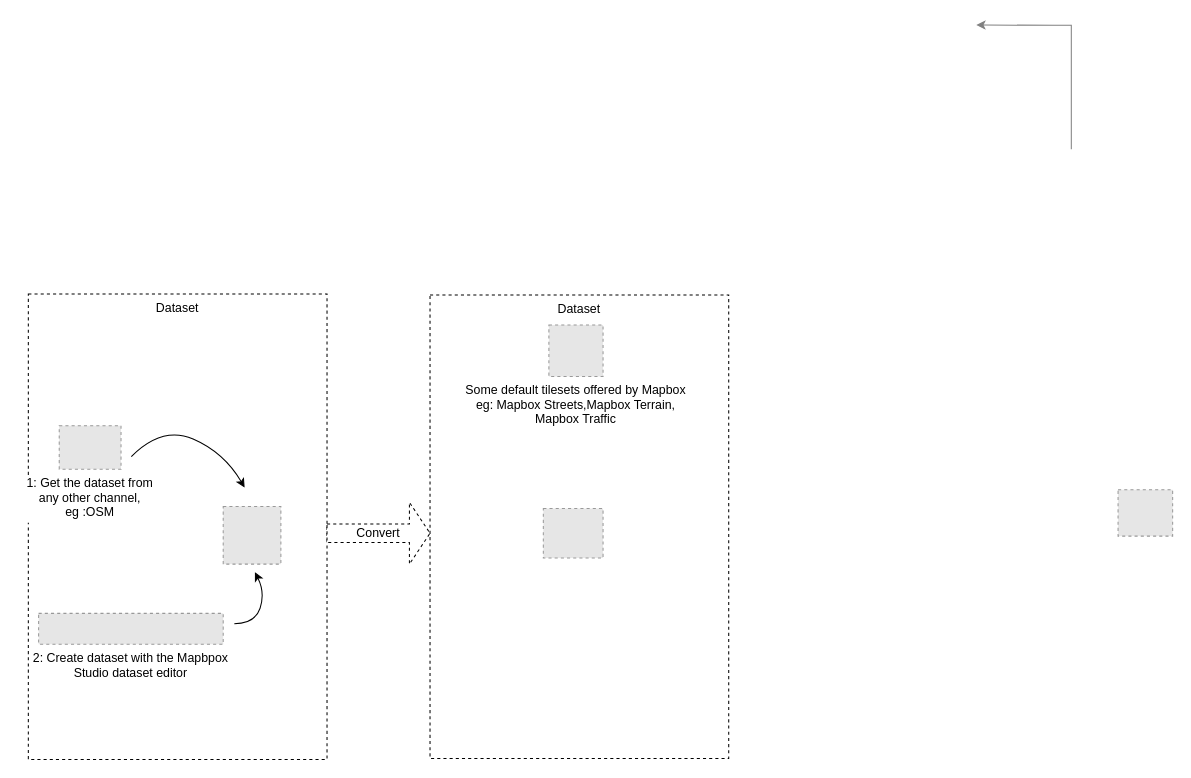
Above: Untitled Diagram.drawio in peytonwupeixin/Draw-IO-Store (draw.io), before the change. Source tidied: cells renumbered, new cells numbered last; positions are measured from the earlier drawing's top-left corner, leaving out a move shared by most shapes. Both pictures are drawn from the tidied source at 103%, with x=0, y=0 at pixel (28, 16). Pictures stored in the file or linked from it are replaced by grey dashed boxes.
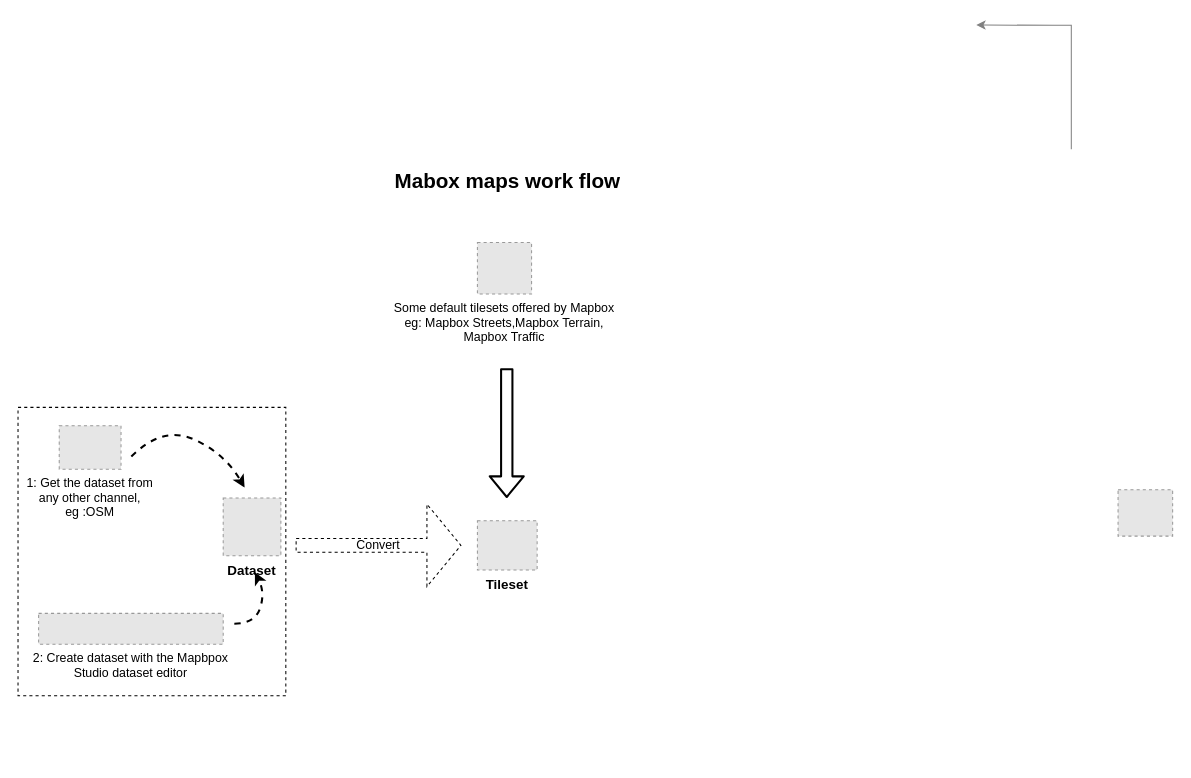
The same page after the edit.

Diff of the diagram source:
```diff
@@
-    <mxCell id="7" value="Dataset" style="rounded=0;whiteSpace=wrap;html=1;fillColor=none;verticalAlign=top;dashed=1;" parent="1" vertex="1">
-      <mxGeometry y="269" width="290" height="451.8" as="geometry" />
+    <mxCell id="7" style="rounded=0;whiteSpace=wrap;html=1;fillColor=none;verticalAlign=top;dashed=1;" parent="1" vertex="1">
+      <mxGeometry x="-10" y="379" width="260" height="280" as="geometry" />
     </mxCell>
@@
-    <mxCell id="10" style="fillColor=#E6E6E6;strokeColor=#999999;dashed=1;verticalLabelPosition=bottom;verticalAlign=top;" parent="1" vertex="1">
-      <mxGeometry x="189.2" y="475.2" width="56" height="56" as="geometry" />
+    <mxCell id="10" value="Dataset" style="fillColor=#E6E6E6;strokeColor=#999999;dashed=1;verticalLabelPosition=bottom;verticalAlign=top;fontSize=13;fontStyle=1;" parent="1" vertex="1">
+      <mxGeometry x="189.2" y="467" width="56" height="56" as="geometry" />
     </mxCell>
-    <mxCell id="11" style="fillColor=#E6E6E6;strokeColor=#999999;dashed=1;verticalLabelPosition=bottom;verticalAlign=top;" parent="1" vertex="1">
-      <mxGeometry x="500" y="477.2" width="58" height="48" as="geometry" />
+    <mxCell id="11" value="Tileset" style="fillColor=#E6E6E6;strokeColor=#999999;dashed=1;verticalLabelPosition=bottom;verticalAlign=top;fontStyle=1;fontSize=13;" parent="1" vertex="1">
+      <mxGeometry x="436" y="489" width="58" height="48" as="geometry" />
     </mxCell>
@@
-    <mxCell id="14" style="curved=1;endArrow=classic;html=1;" parent="1" edge="1">
+    <mxCell id="14" style="curved=1;endArrow=classic;html=1;strokeWidth=2;dashed=1;" parent="1" edge="1">
       <mxGeometry relative="1" as="geometry">
         <mxPoint x="100" y="426.8" as="sourcePoint" />
         <mxPoint x="210" y="456.8" as="targetPoint" />
         <Array as="points">
           <mxPoint x="130" y="396.8" />
           <mxPoint x="190" y="422.8" />
         </Array>
       </mxGeometry>
     </mxCell>
-    <mxCell id="15" value="Convert" style="shape=singleArrow;whiteSpace=wrap;html=1;dashed=1;" parent="1" vertex="1">
-      <mxGeometry x="290" y="471.2" width="100" height="60" as="geometry" />
+    <mxCell id="15" value="Convert&lt;br&gt;" style="shape=singleArrow;whiteSpace=wrap;html=1;dashed=1;arrowWidth=0.16666666666666666;arrowSize=0.20625;" parent="1" vertex="1">
+      <mxGeometry x="260" y="473" width="160" height="80" as="geometry" />
     </mxCell>
@@
-    <mxCell id="17" style="curved=1;endArrow=classic;html=1;" parent="1" edge="1">
+    <mxCell id="17" style="curved=1;endArrow=classic;html=1;strokeWidth=2;dashed=1;" parent="1" edge="1">
       <mxGeometry relative="1" as="geometry">
         <mxPoint x="200" y="589" as="sourcePoint" />
         <mxPoint x="220" y="539" as="targetPoint" />
         <Array as="points">
           <mxPoint x="220" y="589" />
           <mxPoint x="230" y="559" />
         </Array>
       </mxGeometry>
     </mxCell>
-    <mxCell id="18" value="Dataset" style="rounded=0;whiteSpace=wrap;html=1;fillColor=none;verticalAlign=top;dashed=1;" parent="1" vertex="1">
-      <mxGeometry x="390" y="269.9" width="290" height="450" as="geometry" />
-    </mxCell>
     <mxCell id="19" value="Some default tilesets offered by Mapbox&#10;eg: Mapbox Streets,Mapbox Terrain,&#10;Mapbox Traffic" style="fillColor=#E6E6E6;strokeColor=#999999;dashed=1;verticalLabelPosition=bottom;labelBackgroundColor=#ffffff;verticalAlign=top;" parent="1" vertex="1">
-      <mxGeometry x="505.4" y="299" width="52.6" height="50" as="geometry" />
+      <mxGeometry x="436" y="219" width="52.6" height="50" as="geometry" />
     </mxCell>
+    <mxCell id="20" style="endArrow=classic;html=1;strokeWidth=2;shape=flexArrow;" parent="1" edge="1">
+      <mxGeometry relative="1" as="geometry">
+        <mxPoint x="464.5" y="341" as="sourcePoint" />
+        <mxPoint x="464.5" y="467" as="targetPoint" />
+      </mxGeometry>
+    </mxCell>
+    <mxCell id="21" value="&lt;b&gt;&lt;font style=&quot;font-size: 20px&quot;&gt;Mabox maps work flow&lt;/font&gt;&lt;/b&gt;" style="text;html=1;align=center;verticalAlign=middle;" parent="1" vertex="1">
+      <mxGeometry x="350" y="149" width="230" height="20" as="geometry" />
+    </mxCell>
+    <mxCell id="22" style="edgeStyle=orthogonalEdgeStyle;shape=flexArrow;rounded=0;orthogonalLoop=1;jettySize=auto;html=1;exitX=0.5;exitY=1;exitDx=0;exitDy=0;strokeWidth=2;fontSize=13;" parent="1" edge="1" source="19" target="19">
+      <mxGeometry relative="1" as="geometry" />
+    </mxCell>
```
